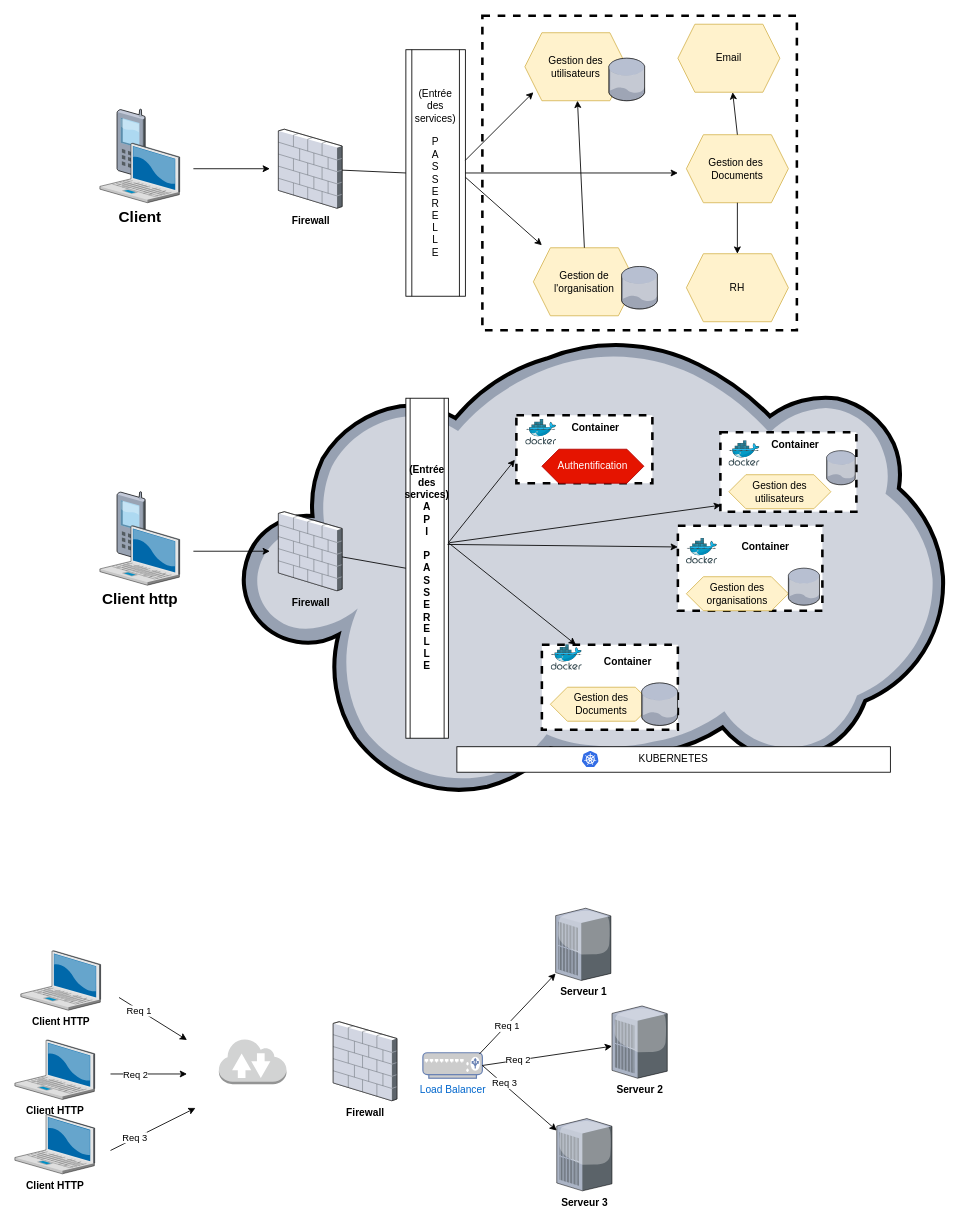
Before: page "P1_FraWorkArchi_Astra" (3 of 9) of AstraComponentDiagr.drawio in Lamessolo/ProjetLeadTech, a draw.io diagram. Source tidied: cells renumbered, new cells numbered last; positions are measured from the earlier drawing's top-left corner, leaving out a move shared by most shapes. Both pictures are drawn from the tidied source at 85%, with x=0, y=0 at pixel (14, 15).
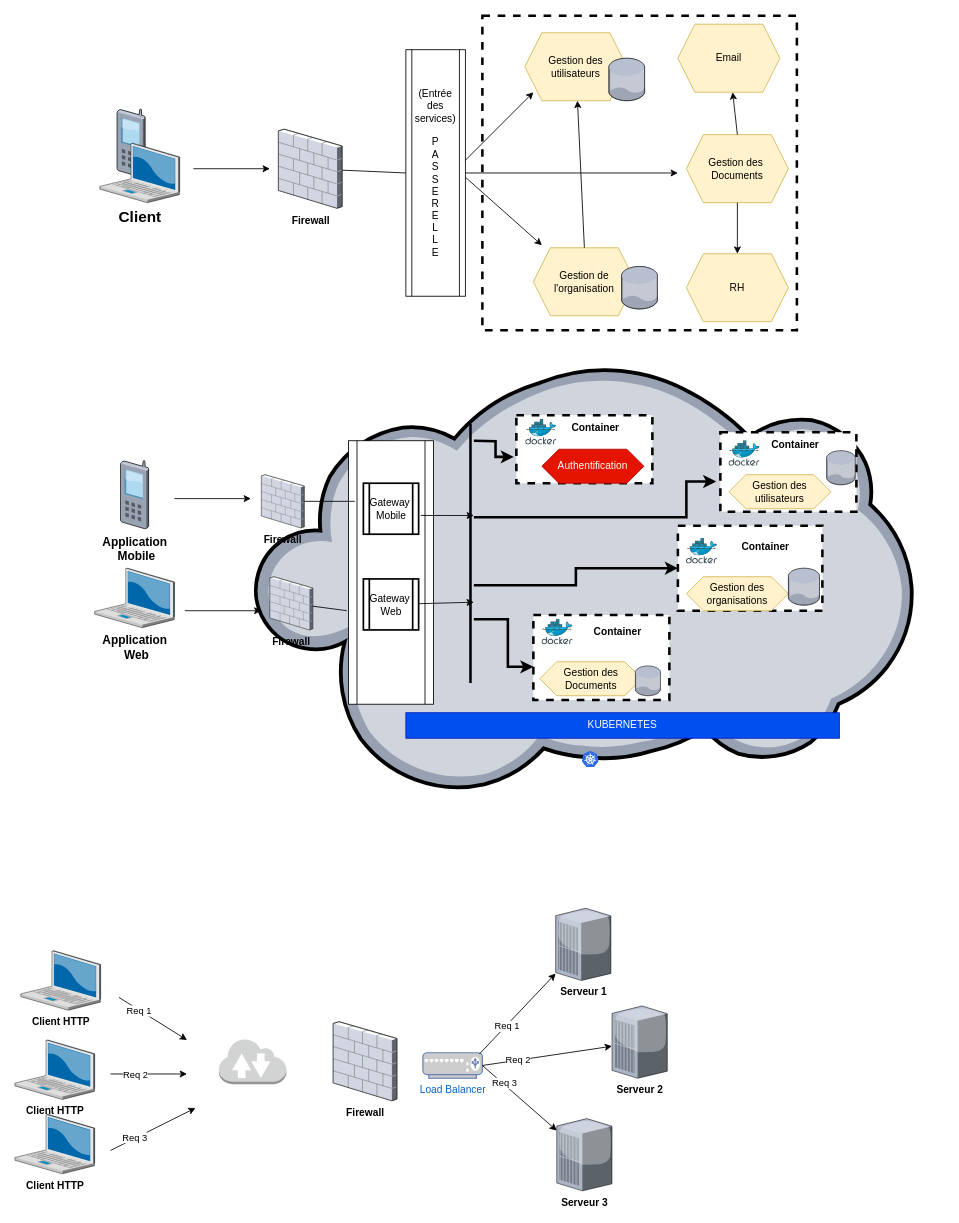
The same diagram, later.

The change refers to these unchanged cells:
```xml
<mxCell id="3" style="rounded=0;whiteSpace=wrap;html=1;strokeWidth=3;dashed=1;" parent="1" vertex="1">
  <mxGeometry x="780" y="600" width="170" height="100" as="geometry" />
</mxCell>
<mxCell id="4" style="rounded=0;whiteSpace=wrap;html=1;strokeWidth=3;dashed=1;" parent="1" vertex="1">
  <mxGeometry x="830" y="490" width="160" height="93.5" as="geometry" />
</mxCell>
<mxCell id="34" style="rounded=0;whiteSpace=wrap;html=1;strokeWidth=3;dashed=1;" parent="1" vertex="1">
  <mxGeometry x="590" y="470" width="160" height="80" as="geometry" />
</mxCell>
```

What changed in the source:
```diff
@@
-    <mxCell id="2" style="verticalLabelPosition=bottom;html=1;verticalAlign=top;strokeColor=none;align=center;shape=mxgraph.citrix.cloud;" parent="1" vertex="1">
-      <mxGeometry x="266.3" y="380" width="827.4" height="540" as="geometry" />
-    </mxCell>
+    <mxCell id="75" style="verticalLabelPosition=bottom;html=1;verticalAlign=top;strokeColor=none;align=center;shape=mxgraph.citrix.cloud;" parent="1" vertex="1">
+      <mxGeometry x="280.7" y="410" width="776" height="506.5" as="geometry" />
+    </mxCell>
@@
     <mxCell id="5" style="rounded=0;whiteSpace=wrap;html=1;strokeWidth=3;dashed=1;" parent="1" vertex="1">
-      <mxGeometry x="620" y="740" width="160" height="100" as="geometry" />
+      <mxGeometry x="610" y="705" width="160" height="100" as="geometry" />
     </mxCell>
@@
+    <mxCell id="76" style="edgeStyle=orthogonalEdgeStyle;rounded=0;jettySize=auto;html=1;strokeWidth=3;entryX=-0.019;entryY=0.613;entryDx=0;entryDy=0;entryPerimeter=0;" parent="1" edge="1" target="34">
+      <mxGeometry relative="1" as="geometry">
+        <mxPoint x="540" y="500" as="sourcePoint" />
+      </mxGeometry>
+    </mxCell>
@@
-    <mxCell id="35" style="verticalLabelPosition=bottom;html=1;verticalAlign=top;strokeColor=none;align=center;shape=mxgraph.citrix.cell_phone;" parent="1" vertex="1">
-      <mxGeometry x="120" y="560" width="33.3" height="80" as="geometry" />
+    <mxCell id="35" value="&lt;b&gt;&lt;font style=&quot;font-size: 14px&quot;&gt;Application&lt;br&gt;&amp;nbsp;Mobile&lt;/font&gt;&lt;/b&gt;" style="verticalLabelPosition=bottom;html=1;verticalAlign=top;strokeColor=none;align=center;shape=mxgraph.citrix.cell_phone;" parent="1" vertex="1">
+      <mxGeometry x="124.1" y="523.5" width="33.3" height="80" as="geometry" />
     </mxCell>
     <mxCell id="36" value="&lt;b&gt;Firewall&lt;/b&gt;" style="verticalLabelPosition=bottom;html=1;verticalAlign=top;strokeColor=none;align=center;outlineConnect=0;shape=mxgraph.citrix.firewall;" parent="1" vertex="1">
-      <mxGeometry x="310" y="583.5" width="75" height="93" as="geometry" />
+      <mxGeometry x="300" y="660" width="50.5" height="62.6" as="geometry" />
     </mxCell>
-    <mxCell id="37" value="&lt;b&gt;&lt;font style=&quot;font-size: 18px&quot;&gt;Client http&lt;/font&gt;&lt;/b&gt;" style="verticalLabelPosition=bottom;html=1;verticalAlign=top;strokeColor=none;align=center;shape=mxgraph.citrix.laptop_2;" parent="1" vertex="1">
-      <mxGeometry x="100" y="600" width="93.9" height="70" as="geometry" />
+    <mxCell id="37" value="&lt;b&gt;&lt;font style=&quot;font-size: 14px&quot;&gt;Application&lt;br&gt;&amp;nbsp;Web&lt;/font&gt;&lt;/b&gt;" style="verticalLabelPosition=bottom;html=1;verticalAlign=top;strokeColor=none;align=center;shape=mxgraph.citrix.laptop_2;" parent="1" vertex="1">
+      <mxGeometry x="93.9" y="650" width="93.9" height="70" as="geometry" />
     </mxCell>
@@
     <mxCell id="40" value="Gestion des Documents" style="shape=hexagon;perimeter=hexagonPerimeter2;whiteSpace=wrap;html=1;fixedSize=1;fillColor=#fff2cc;strokeColor=#d6b656;" parent="1" vertex="1">
-      <mxGeometry x="630" y="790" width="120" height="40" as="geometry" />
+      <mxGeometry x="617.5" y="760" width="120" height="40" as="geometry" />
     </mxCell>
@@
-    <mxCell id="42" style="endArrow=none;html=1;strokeWidth=1;entryX=0;entryY=0.5;entryDx=0;entryDy=0;" parent="1" edge="1" source="36" target="43">
+    <mxCell id="42" style="endArrow=none;html=1;strokeWidth=1;entryX=-0.02;entryY=0.645;entryDx=0;entryDy=0;entryPerimeter=0;" parent="1" edge="1" source="36" target="43">
       <mxGeometry relative="1" as="geometry" />
     </mxCell>
-    <mxCell id="43" value="&lt;b&gt;(Entrée des services)&lt;br&gt;A&lt;br&gt;P&lt;br&gt;I&lt;br&gt;&lt;br&gt;P&lt;br&gt;A&lt;br&gt;S&lt;br&gt;S&lt;br&gt;E&lt;br&gt;R&lt;br&gt;E&lt;br&gt;L&lt;br&gt;L&lt;br&gt;E&lt;/b&gt;" style="shape=process;whiteSpace=wrap;html=1;backgroundOutline=1;strokeWidth=1;" parent="1" vertex="1">
-      <mxGeometry x="460" y="450" width="50" height="400" as="geometry" />
+    <mxCell id="43" style="shape=process;whiteSpace=wrap;html=1;backgroundOutline=1;strokeWidth=1;" parent="1" vertex="1">
+      <mxGeometry x="392.5" y="500" width="100" height="310" as="geometry" />
     </mxCell>
     <mxCell id="44" style="endArrow=classic;html=1;" parent="1" edge="1">
       <mxGeometry relative="1" as="geometry">
-        <mxPoint x="210" y="630" as="sourcePoint" />
-        <mxPoint x="300" y="630" as="targetPoint" />
+        <mxPoint x="200" y="700" as="sourcePoint" />
+        <mxPoint x="290" y="700" as="targetPoint" />
       </mxGeometry>
     </mxCell>
@@
     <mxCell id="58" style="verticalLabelPosition=bottom;html=1;verticalAlign=top;strokeColor=none;align=center;shape=mxgraph.citrix.database;" parent="1" vertex="1">
-      <mxGeometry x="737.5" y="785" width="42.5" height="50" as="geometry" />
+      <mxGeometry x="730" y="765" width="29.8" height="35" as="geometry" />
     </mxCell>
     <mxCell id="59" value="&lt;b&gt;Container&amp;nbsp;&lt;/b&gt;" style="text;html=1;strokeColor=none;fillColor=none;align=center;verticalAlign=middle;whiteSpace=wrap;rounded=0;" parent="1" vertex="1">
-      <mxGeometry x="677.5" y="750" width="90" height="20" as="geometry" />
+      <mxGeometry x="666.2" y="715" width="90" height="20" as="geometry" />
     </mxCell>
@@
-    <mxCell id="64" style="endArrow=classic;html=1;entryX=-0.011;entryY=0.655;entryDx=0;entryDy=0;entryPerimeter=0;exitX=1;exitY=0.425;exitDx=0;exitDy=0;exitPerimeter=0;" parent="1" edge="1" source="43" target="34">
-      <mxGeometry relative="1" as="geometry" />
-    </mxCell>
-    <mxCell id="65" style="endArrow=classic;html=1;entryX=0.005;entryY=0.918;entryDx=0;entryDy=0;entryPerimeter=0;exitX=1.02;exitY=0.425;exitDx=0;exitDy=0;exitPerimeter=0;" parent="1" edge="1" source="43" target="4">
-      <mxGeometry relative="1" as="geometry" />
-    </mxCell>
-    <mxCell id="66" style="endArrow=classic;html=1;entryX=0;entryY=0.25;entryDx=0;entryDy=0;exitX=0.98;exitY=0.43;exitDx=0;exitDy=0;exitPerimeter=0;" parent="1" edge="1" source="43" target="3">
-      <mxGeometry relative="1" as="geometry" />
-    </mxCell>
-    <mxCell id="67" style="endArrow=classic;html=1;entryX=0.25;entryY=0;entryDx=0;entryDy=0;" parent="1" edge="1" target="5">
-      <mxGeometry relative="1" as="geometry">
-        <mxPoint x="510" y="620" as="sourcePoint" />
-      </mxGeometry>
-    </mxCell>
-    <mxCell id="68" value="KUBERNETES" style="rounded=0;whiteSpace=wrap;html=1;" parent="1" vertex="1">
-      <mxGeometry x="520" y="860" width="510" height="30" as="geometry" />
+    <mxCell id="68" value="KUBERNETES" style="rounded=0;whiteSpace=wrap;html=1;fillColor=#0050ef;strokeColor=#001DBC;fontColor=#ffffff;" parent="1" vertex="1">
+      <mxGeometry x="460" y="820" width="510" height="30" as="geometry" />
     </mxCell>
     <mxCell id="69" style="html=1;align=center;image;fontSize=12;image=img/lib/mscae/Docker.svg;" parent="1" vertex="1">
-      <mxGeometry x="630.9" y="740" width="36.6" height="30" as="geometry" />
+      <mxGeometry x="620" y="710" width="36.6" height="30" as="geometry" />
     </mxCell>
@@
+    <mxCell id="77" value="&lt;b&gt;Firewall&lt;/b&gt;" style="verticalLabelPosition=bottom;html=1;verticalAlign=top;strokeColor=none;align=center;outlineConnect=0;shape=mxgraph.citrix.firewall;" parent="1" vertex="1">
+      <mxGeometry x="290" y="540" width="50.5" height="62.6" as="geometry" />
+    </mxCell>
+    <mxCell id="78" value="Gateway&amp;nbsp;&lt;br&gt;Mobile" style="shape=process;whiteSpace=wrap;html=1;backgroundOutline=1;strokeWidth=2;rotation=0;" parent="1" vertex="1">
+      <mxGeometry x="410" y="550" width="65" height="60" as="geometry" />
+    </mxCell>
+    <mxCell id="79" value="Gateway&amp;nbsp;&lt;br&gt;Web" style="shape=process;whiteSpace=wrap;html=1;backgroundOutline=1;strokeWidth=2;rotation=0;" parent="1" vertex="1">
+      <mxGeometry x="410" y="662.6" width="65" height="60" as="geometry" />
+    </mxCell>
+    <mxCell id="80" style="endArrow=classic;html=1;" parent="1" edge="1">
+      <mxGeometry relative="1" as="geometry">
+        <mxPoint x="187.7" y="568.1" as="sourcePoint" />
+        <mxPoint x="277.7" y="568.1" as="targetPoint" />
+      </mxGeometry>
+    </mxCell>
+    <mxCell id="81" style="endArrow=none;html=1;strokeWidth=3;" parent="1" edge="1">
+      <mxGeometry relative="1" as="geometry">
+        <mxPoint x="536" y="785" as="sourcePoint" />
+        <mxPoint x="536" y="480" as="targetPoint" />
+      </mxGeometry>
+    </mxCell>
+    <mxCell id="82" style="endArrow=classic;html=1;" parent="1" edge="1" source="79">
+      <mxGeometry relative="1" as="geometry">
+        <mxPoint x="540" y="690" as="targetPoint" />
+      </mxGeometry>
+    </mxCell>
+    <mxCell id="83" style="endArrow=classic;html=1;exitX=1.038;exitY=0.632;exitDx=0;exitDy=0;exitPerimeter=0;" parent="1" edge="1" source="78">
+      <mxGeometry relative="1" as="geometry">
+        <mxPoint x="540" y="588" as="targetPoint" />
+      </mxGeometry>
+    </mxCell>
+    <mxCell id="84" style="edgeStyle=orthogonalEdgeStyle;rounded=0;jettySize=auto;html=1;strokeWidth=3;entryX=0;entryY=0.5;entryDx=0;entryDy=0;" parent="1" edge="1" target="3">
+      <mxGeometry relative="1" as="geometry">
+        <mxPoint x="540" y="670" as="sourcePoint" />
+        <Array as="points">
+          <mxPoint x="540" y="670" />
+          <mxPoint x="660" y="670" />
+          <mxPoint x="660" y="650" />
+        </Array>
+      </mxGeometry>
+    </mxCell>
+    <mxCell id="85" style="edgeStyle=orthogonalEdgeStyle;rounded=0;jettySize=auto;html=1;strokeWidth=3;entryX=-0.031;entryY=0.62;entryDx=0;entryDy=0;entryPerimeter=0;" parent="1" edge="1" target="4">
+      <mxGeometry relative="1" as="geometry">
+        <mxPoint x="550" y="590" as="sourcePoint" />
+        <Array as="points">
+          <mxPoint x="540" y="590" />
+          <mxPoint x="790" y="590" />
+          <mxPoint x="790" y="548" />
+        </Array>
+      </mxGeometry>
+    </mxCell>
+    <mxCell id="86" style="edgeStyle=orthogonalEdgeStyle;rounded=0;orthogonalLoop=1;jettySize=auto;html=1;strokeWidth=3;" parent="1" edge="1">
+      <mxGeometry relative="1" as="geometry">
+        <mxPoint x="540" y="710" as="sourcePoint" />
+        <mxPoint x="610" y="766" as="targetPoint" />
+        <Array as="points">
+          <mxPoint x="580" y="710" />
+          <mxPoint x="580" y="766" />
+        </Array>
+      </mxGeometry>
+    </mxCell>
+    <mxCell id="87" style="endArrow=none;html=1;strokeWidth=1;entryX=0.075;entryY=0.23;entryDx=0;entryDy=0;entryPerimeter=0;" parent="1" edge="1" source="77" target="43">
+      <mxGeometry relative="1" as="geometry" />
+    </mxCell>
```
